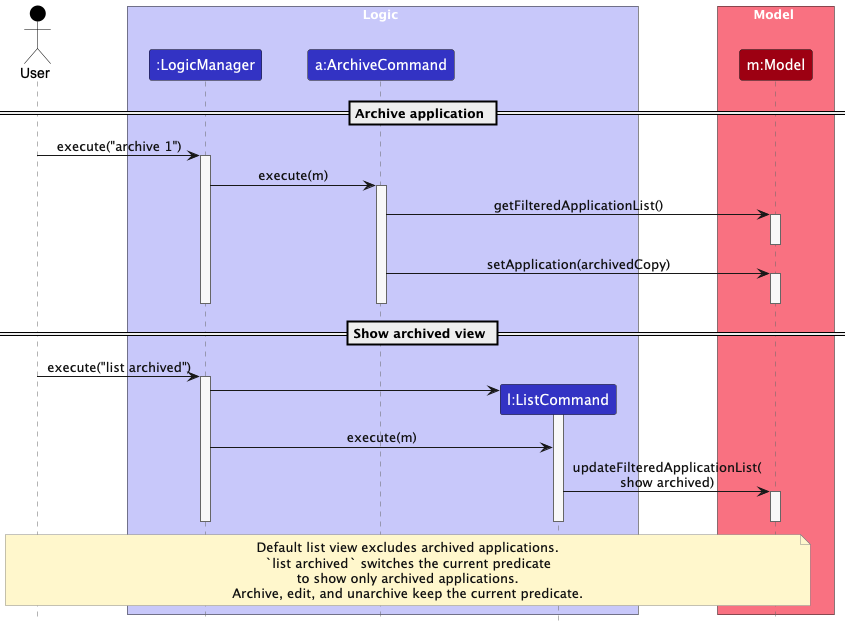
Earlier version of the PlantUML export docs/images/ArchiveFilterSequenceDiagram.png (kinyean/tp).
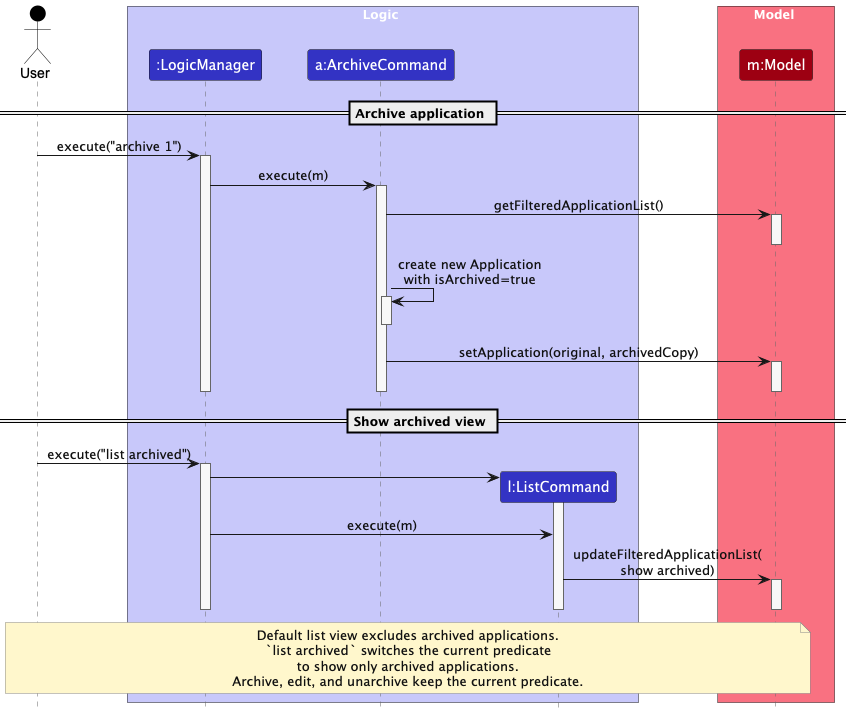
The same file after the commit.

Change to the diagram source:
```diff
@@ -36,7 +36,11 @@
 activate Model
 deactivate Model
 
-ArchiveCommand -> Model : setApplication(archivedCopy)
+ArchiveCommand -> ArchiveCommand : create new Application\nwith isArchived=true
+activate ArchiveCommand
+deactivate ArchiveCommand
+
+ArchiveCommand -> Model : setApplication(original, archivedCopy)
 activate Model
 deactivate Model
 
```
